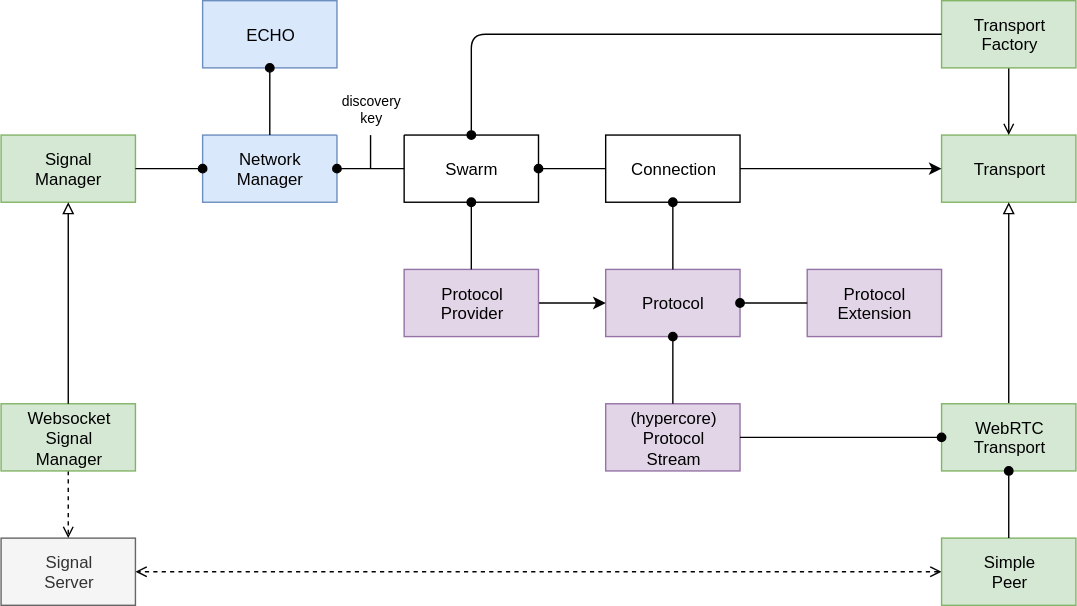
Above: docs/design/diagrams/mesh-network-manager.drawio.svg in dxos/dxos (draw.io), before the change. Source tidied: cells renumbered, new cells last; positions are measured from the earlier drawing's top-left corner, leaving out a move shared by most shapes.
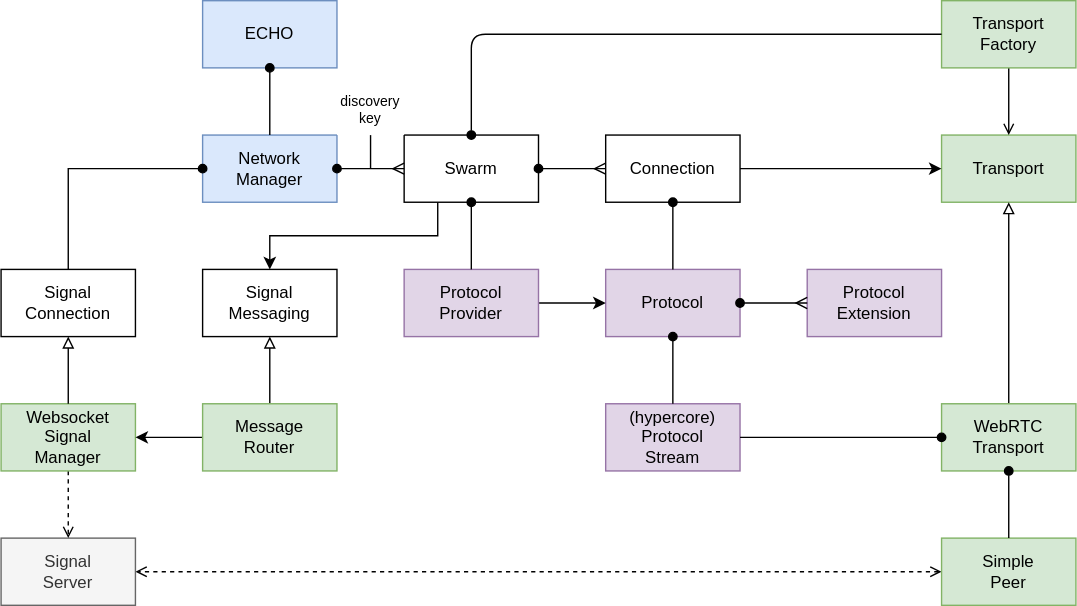
The same file after the commit.

Commit message:
Update network-manager scheme

Change to the diagram source:
```diff
@@ -14,6 +14,9 @@
     <mxCell id="5" value="WebRTC&lt;br&gt;Transport" style="rounded=0;whiteSpace=wrap;html=1;fillColor=#d5e8d4;strokeColor=#82b366;" parent="1" vertex="1">
       <mxGeometry x="672" y="288" width="96" height="48" as="geometry" />
     </mxCell>
+    <mxCell id="37" style="edgeStyle=orthogonalEdgeStyle;rounded=0;html=1;exitX=0.25;exitY=1;exitDx=0;exitDy=0;entryX=0.5;entryY=0;entryDx=0;entryDy=0;endArrow=classic;endFill=1;" parent="1" edge="1" source="6" target="38">
+      <mxGeometry relative="1" as="geometry" />
+    </mxCell>
     <mxCell id="6" value="Swarm" style="rounded=0;whiteSpace=wrap;html=1;" parent="1" vertex="1">
       <mxGeometry x="288" y="96" width="96" height="48" as="geometry" />
     </mxCell>
@@ -41,19 +44,16 @@
     <mxCell id="14" value="Signal&lt;br&gt;Server" style="rounded=0;whiteSpace=wrap;html=1;fillColor=#f5f5f5;fontColor=#333333;strokeColor=#666666;" parent="1" vertex="1">
       <mxGeometry y="384" width="96" height="48" as="geometry" />
     </mxCell>
-    <mxCell id="15" value="Signal&lt;br&gt;Manager" style="rounded=0;whiteSpace=wrap;html=1;fillColor=#d5e8d4;strokeColor=#82b366;" parent="1" vertex="1">
-      <mxGeometry y="96" width="96" height="48" as="geometry" />
-    </mxCell>
     <mxCell id="16" style="edgeStyle=none;html=1;exitX=0.5;exitY=1;exitDx=0;exitDy=0;startArrow=none;startFill=0;endArrow=open;endFill=0;dashed=1;" parent="1" edge="1" source="17" target="14">
       <mxGeometry relative="1" as="geometry" />
     </mxCell>
     <mxCell id="17" value="Websocket&lt;br&gt;Signal&lt;br&gt;Manager" style="rounded=0;whiteSpace=wrap;html=1;fillColor=#d5e8d4;strokeColor=#82b366;" parent="1" vertex="1">
       <mxGeometry y="288" width="96" height="48" as="geometry" />
     </mxCell>
-    <mxCell id="18" style="edgeStyle=none;html=1;endArrow=block;endFill=0;entryX=0.5;entryY=1;entryDx=0;entryDy=0;" parent="1" edge="1" source="17" target="15">
+    <mxCell id="18" style="edgeStyle=none;html=1;endArrow=block;endFill=0;entryX=0.5;entryY=1;entryDx=0;entryDy=0;" parent="1" edge="1" source="17" target="39">
       <mxGeometry relative="1" as="geometry" />
     </mxCell>
-    <mxCell id="19" style="edgeStyle=none;html=1;exitX=0;exitY=0.5;exitDx=0;exitDy=0;entryX=1;entryY=0.5;entryDx=0;entryDy=0;startArrow=oval;startFill=1;endArrow=none;endFill=0;" parent="1" edge="1" source="2" target="15">
+    <mxCell id="19" style="edgeStyle=orthogonalEdgeStyle;html=1;exitX=0;exitY=0.5;exitDx=0;exitDy=0;startArrow=oval;startFill=1;endArrow=none;endFill=0;rounded=0;entryX=0.5;entryY=0;entryDx=0;entryDy=0;" parent="1" edge="1" source="2" target="39">
       <mxGeometry relative="1" as="geometry" />
     </mxCell>
     <mxCell id="20" value="ECHO" style="rounded=0;whiteSpace=wrap;html=1;fillColor=#dae8fc;strokeColor=#6c8ebf;" parent="1" vertex="1">
@@ -113,5 +113,20 @@
     <mxCell id="36" style="edgeStyle=orthogonalEdgeStyle;rounded=0;jettySize=auto;html=1;exitX=1;exitY=0.5;exitDx=0;exitDy=0;entryX=0;entryY=0.5;entryDx=0;entryDy=0;startArrow=oval;startFill=1;endArrow=ERmany;endFill=0;" parent="1" edge="1" source="22" target="35">
       <mxGeometry relative="1" as="geometry" />
     </mxCell>
+    <mxCell id="38" value="Signal&lt;br&gt;Messaging" style="rounded=0;whiteSpace=wrap;html=1;" parent="1" vertex="1">
+      <mxGeometry x="144" y="192" width="96" height="48" as="geometry" />
+    </mxCell>
+    <mxCell id="39" value="Signal&lt;br&gt;Connection" style="rounded=0;whiteSpace=wrap;html=1;" parent="1" vertex="1">
+      <mxGeometry y="192" width="96" height="48" as="geometry" />
+    </mxCell>
+    <mxCell id="40" style="edgeStyle=none;rounded=0;html=1;exitX=0.5;exitY=0;exitDx=0;exitDy=0;endArrow=block;endFill=0;" parent="1" edge="1" source="42" target="38">
+      <mxGeometry relative="1" as="geometry" />
+    </mxCell>
+    <mxCell id="41" style="edgeStyle=orthogonalEdgeStyle;rounded=0;html=1;exitX=0;exitY=0.5;exitDx=0;exitDy=0;entryX=1;entryY=0.5;entryDx=0;entryDy=0;endArrow=classic;endFill=1;" parent="1" edge="1" source="42" target="17">
+      <mxGeometry relative="1" as="geometry" />
+    </mxCell>
+    <mxCell id="42" value="Message&lt;br&gt;Router" style="rounded=0;whiteSpace=wrap;html=1;fillColor=#d5e8d4;strokeColor=#82b366;" parent="1" vertex="1">
+      <mxGeometry x="144" y="288" width="96" height="48" as="geometry" />
+    </mxCell>
   </root>
 </mxGraphModel>
```
